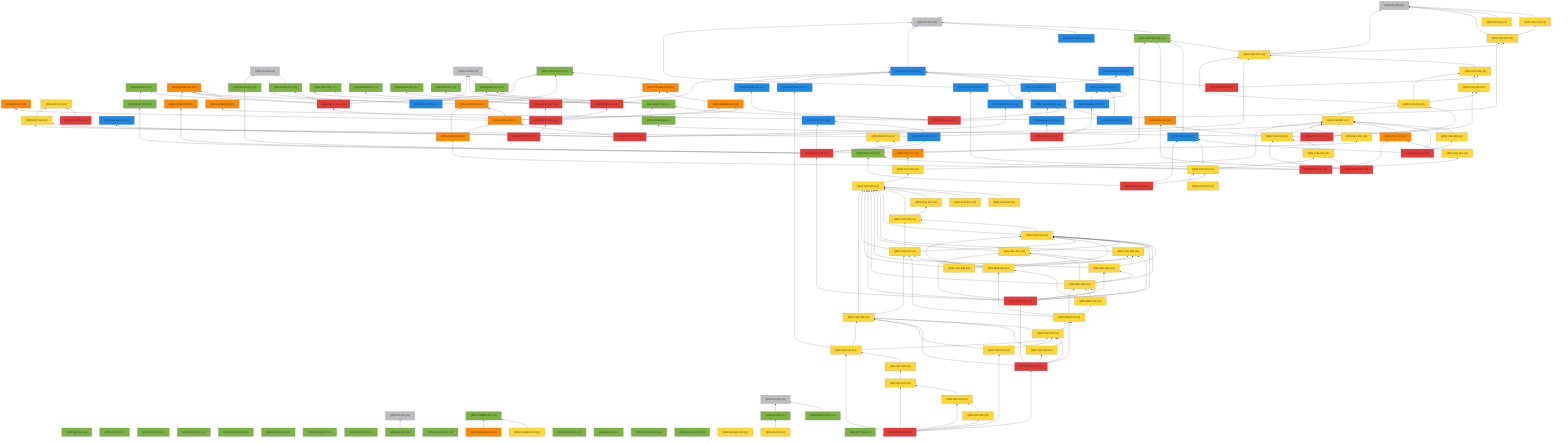
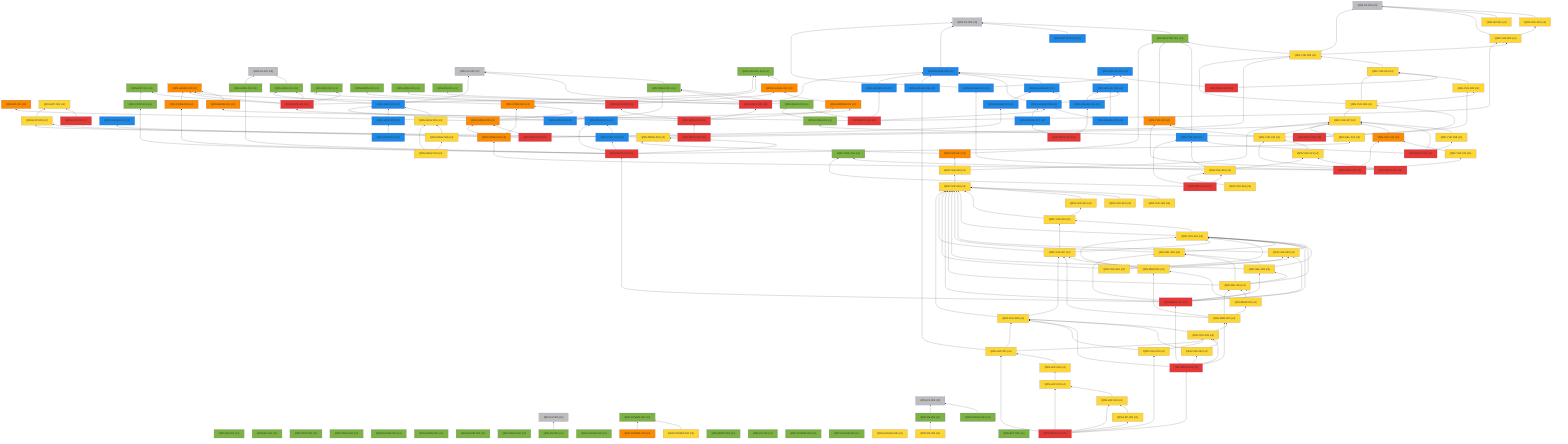
%% 自動生成 (dag/report.pl) — QRN 主張依存グラフ
graph BT
  QRN_C0_001["QRN-C0-001 (c0)"]:::c0
  QRN_C0_002["QRN-C0-002 (c0)"]:::c0
  QRN_C0_003["QRN-C0-003 (c0)"]:::c0
  QRN_C0_004["QRN-C0-004 (c0)"]:::c0
  QRN_C0_005["QRN-C0-005 (c0)"]:::c0
  QRN_C0_006["QRN-C0-006 (c0)"]:::c0
  QRN_QM_001["QRN-QM-001 (c1)"]:::c1
  QRN_GR_001["QRN-GR-001 (c1)"]:::c1
  QRN_STAT_001["QRN-STAT-001 (c1)"]:::c1
  QRN_FIELD_001["QRN-FIELD-001 (c1)"]:::c1
  QRN_GAUGE_001["QRN-GAUGE-001 (c1)"]:::c1
  QRN_ENT_001["QRN-ENT-001 (c1)"]:::c1
  QRN_GEOM_001["QRN-GEOM-001 (c1)"]:::c1
  QRN_GEOM_002["QRN-GEOM-002 (c1)"]:::c1
  QRN_GEOM_003["QRN-GEOM-003 (c3)"]:::c3
  QRN_GRAV_001["QRN-GRAV-001 (c1)"]:::c1
  QRN_GRAV_002["QRN-GRAV-002 (c1)"]:::c1
  QRN_BH_001["QRN-BH-001 (c1)"]:::c1
  QRN_CAUSAL_001["QRN-CAUSAL-001 (c1)"]:::c1
  QRN_CAUSAL_002["QRN-CAUSAL-002 (c3)"]:::c3
  QRN_ER_001["QRN-ER-001 (c3)"]:::c3
  QRN_QEC_001["QRN-QEC-001 (c1)"]:::c1
  QRN_GAUGE_002["QRN-GAUGE-002 (c1)"]:::c1
  QRN_COSMO_001["QRN-COSMO-001 (c1)"]:::c1
  QRN_COSMO_002["QRN-COSMO-002 (c4)"]:::c4
  QRN_COSMO_003["QRN-COSMO-003 (c3)"]:::c3
  QRN_BORN_001["QRN-BORN-001 (c1)"]:::c1
  QRN_BORN_002["QRN-BORN-002 (c1)"]:::c1
  QRN_GRAV_003["QRN-GRAV-003 (c1)"]:::c1
  QRN_KK_001["QRN-KK-001 (c1)"]:::c1
  QRN_MATTER_001["QRN-MATTER-001 (c1)"]:::c1
  QRN_MATTER_002["QRN-MATTER-002 (c2)"]:::c2
  QRN_COSMO_004["QRN-COSMO-004 (c1)"]:::c1
  QRN_EXP_001["QRN-EXP-001 (c4)"]:::c4
  QRN_GAUGE_003["QRN-GAUGE-003 (c2)"]:::c2
  QRN_GAUGE_004["QRN-GAUGE-004 (c1)"]:::c1
  QRN_GAUGE_005["QRN-GAUGE-005 (c4)"]:::c4
  QRN_YUK_001["QRN-YUK-001 (c4)"]:::c4
  QRN_RG_001["QRN-RG-001 (c1)"]:::c1
  QRN_UNRUH_001["QRN-UNRUH-001 (c1)"]:::c1
  QRN_QNEC_001["QRN-QNEC-001 (c1)"]:::c1
  QRN_NU_001["QRN-NU-001 (c4)"]:::c4
  QRN_GAUGE_006["QRN-GAUGE-006 (c2)"]:::c2
  QRN_DS_001["QRN-DS-001 (c1)"]:::c1
  QRN_DS_002["QRN-DS-002 (c4)"]:::c4
  QRN_ARROW_001["QRN-ARROW-001 (c3)"]:::c3
  QRN_GAUGE_007["QRN-GAUGE-007 (c2)"]:::c2
  QRN_EFT_001["QRN-EFT-001 (c1)"]:::c1
  QRN_GAUGE_008["QRN-GAUGE-008 (c2)"]:::c2
  QRN_GAUGE_009["QRN-GAUGE-009 (c2)"]:::c2
  QRN_GAUGE_010["QRN-GAUGE-010 (c2)"]:::c2
  QRN_QNEC_002["QRN-QNEC-002 (c1)"]:::c1
  QRN_GEOM_004["QRN-GEOM-004 (c3)"]:::c3
  QRN_YUK_002["QRN-YUK-002 (c4)"]:::c4
  QRN_EXP_002["QRN-EXP-002 (c5)"]:::c5
  QRN_CORE_001["QRN-CORE-001 (c3)"]:::c3
  QRN_GAUGE_011["QRN-GAUGE-011 (c2)"]:::c2
  QRN_GAUGE_012["QRN-GAUGE-012 (c2)"]:::c2
  QRN_YUK_003["QRN-YUK-003 (c4)"]:::c4
  QRN_EXP_003["QRN-EXP-003 (c4)"]:::c4
  QRN_CORE_002["QRN-CORE-002 (c3)"]:::c3
  QRN_GAUGE_013["QRN-GAUGE-013 (c2)"]:::c2
  QRN_YUK_004["QRN-YUK-004 (c4)"]:::c4
  QRN_GAUGE_014["QRN-GAUGE-014 (c2)"]:::c2
  QRN_META_001["QRN-META-001 (c5)"]:::c5
  QRN_META_002["QRN-META-002 (c5)"]:::c5
  QRN_META_003["QRN-META-003 (c5)"]:::c5
  QRN_META_004["QRN-META-004 (c5)"]:::c5
  QRN_META_005["QRN-META-005 (c5)"]:::c5
  QRN_META_006["QRN-META-006 (c5)"]:::c5
  QRN_META_007["QRN-META-007 (c5)"]:::c5
  QRN_META_008["QRN-META-008 (c5)"]:::c5
  QRN_YUK_005["QRN-YUK-005 (c4)"]:::c4
  QRN_YUK_006["QRN-YUK-006 (c4)"]:::c4
  QRN_CORE_003["QRN-CORE-003 (c1)"]:::c1
  QRN_META_009["QRN-META-009 (c5)"]:::c5
  QRN_YUK_007["QRN-YUK-007 (c4)"]:::c4
  QRN_YUK_008["QRN-YUK-008 (c4)"]:::c4
  QRN_YUK_009["QRN-YUK-009 (c2)"]:::c2
  QRN_META_010["QRN-META-010 (c5)"]:::c5
  QRN_GAUGE_015["QRN-GAUGE-015 (c2)"]:::c2
  QRN_YUK_010["QRN-YUK-010 (c3)"]:::c3
  QRN_YUK_011["QRN-YUK-011 (c4)"]:::c4
  QRN_CORE_004["QRN-CORE-004 (c3)"]:::c3
  QRN_META_011["QRN-META-011 (c5)"]:::c5
  QRN_YUK_012["QRN-YUK-012 (c3)"]:::c3
  QRN_YUK_013["QRN-YUK-013 (c4)"]:::c4
  QRN_YUK_014["QRN-YUK-014 (c4)"]:::c4
  QRN_META_012["QRN-META-012 (c5)"]:::c5
  QRN_TOOL_001["QRN-TOOL-001 (c1)"]:::c1
  QRN_YUK_015["QRN-YUK-015 (c4)"]:::c4
  QRN_META_013["QRN-META-013 (c5)"]:::c5
  QRN_GAUGE_016["QRN-GAUGE-016 (c2)"]:::c2
  QRN_GAUGE_017["QRN-GAUGE-017 (c2)"]:::c2
  QRN_META_014["QRN-META-014 (c5)"]:::c5
  QRN_META_015["QRN-META-015 (c2)"]:::c2
  QRN_TOOL_002["QRN-TOOL-002 (c2)"]:::c2
  QRN_CORE_005["QRN-CORE-005 (c3)"]:::c3
  QRN_CONT_001["QRN-CONT-001 (c1)"]:::c1
  QRN_SEL_001["QRN-SEL-001 (c4)"]:::c4
  QRN_GRAV_004["QRN-GRAV-004 (c1)"]:::c1
  QRN_PRED_001["QRN-PRED-001 (c4)"]:::c4
  QRN_META_016["QRN-META-016 (c5)"]:::c5
  QRN_YUK_016["QRN-YUK-016 (c4)"]:::c4
  QRN_YUK_017["QRN-YUK-017 (c3)"]:::c3
  QRN_YUK_018["QRN-YUK-018 (c4)"]:::c4
  QRN_YUK_019["QRN-YUK-019 (c4)"]:::c4
  QRN_YUK_020["QRN-YUK-020 (c4)"]:::c4
  QRN_YUK_021["QRN-YUK-021 (c4)"]:::c4
  QRN_YUK_022["QRN-YUK-022 (c4)"]:::c4
  QRN_YUK_023["QRN-YUK-023 (c4)"]:::c4
  QRN_YUK_024["QRN-YUK-024 (c4)"]:::c4
  QRN_YUK_025["QRN-YUK-025 (c4)"]:::c4
  QRN_SEL_002["QRN-SEL-002 (c4)"]:::c4
  QRN_SEL_003["QRN-SEL-003 (c4)"]:::c4
  QRN_SEL_004["QRN-SEL-004 (c4)"]:::c4
  QRN_META_017["QRN-META-017 (c5)"]:::c5
  QRN_YUK_026["QRN-YUK-026 (c4)"]:::c4
  QRN_YUK_027["QRN-YUK-027 (c4)"]:::c4
  QRN_MSR_001["QRN-MSR-001 (c4)"]:::c4
  QRN_MSR_002["QRN-MSR-002 (c4)"]:::c4
  QRN_MSR_003["QRN-MSR-003 (c4)"]:::c4
  QRN_YUK_028["QRN-YUK-028 (c4)"]:::c4
  QRN_YUK_029["QRN-YUK-029 (c4)"]:::c4
  QRN_YUK_030["QRN-YUK-030 (c4)"]:::c4
  QRN_META_018["QRN-META-018 (c5)"]:::c5
  QRN_YUK_031["QRN-YUK-031 (c4)"]:::c4
  QRN_LEP_001["QRN-LEP-001 (c4)"]:::c4
  QRN_LEP_002["QRN-LEP-002 (c4)"]:::c4
  QRN_LEP_003["QRN-LEP-003 (c4)"]:::c4
  QRN_LEP_004["QRN-LEP-004 (c4)"]:::c4
  QRN_LEP_005["QRN-LEP-005 (c4)"]:::c4
  QRN_META_019["QRN-META-019 (c5)"]:::c5
  QRN_GRAV_005["QRN-GRAV-005 (c2)"]:::c2
+   QRN_GRAV_006["QRN-GRAV-006 (c4)"]:::c4
+   QRN_GRAV_007["QRN-GRAV-007 (c2)"]:::c2
+   QRN_GRAV_008["QRN-GRAV-008 (c4)"]:::c4
+   QRN_GRAV_009["QRN-GRAV-009 (c2)"]:::c2
+   QRN_GRAV_010["QRN-GRAV-010 (c4)"]:::c4
+   QRN_GRAV_011["QRN-GRAV-011 (c2)"]:::c2
  QRN_GRAV_001 --> QRN_C0_001
  QRN_BH_001 --> QRN_C0_003
  QRN_CAUSAL_002 --> QRN_CAUSAL_001
  QRN_COSMO_002 --> QRN_COSMO_001
  QRN_COSMO_003 --> QRN_COSMO_001
  QRN_MATTER_001 --> QRN_C0_005
  QRN_MATTER_002 --> QRN_C0_005
  QRN_GAUGE_003 --> QRN_C0_005
  QRN_YUK_001 --> QRN_C0_006
  QRN_UNRUH_001 --> QRN_C0_004
  QRN_QNEC_001 --> QRN_C0_002
  QRN_NU_001 --> QRN_C0_006
  QRN_GAUGE_006 --> QRN_GAUGE_003
  QRN_DS_001 --> QRN_C0_004
  QRN_DS_002 --> QRN_DS_001
  QRN_ARROW_001 --> QRN_CAUSAL_002
  QRN_GAUGE_007 --> QRN_GAUGE_003
  QRN_GAUGE_008 --> QRN_GAUGE_003
  QRN_GAUGE_008 --> QRN_GAUGE_006
  QRN_GAUGE_008 --> QRN_GAUGE_007
  QRN_GAUGE_009 --> QRN_GAUGE_003
  QRN_GAUGE_010 --> QRN_GAUGE_006
  QRN_GAUGE_010 --> QRN_GAUGE_008
  QRN_QNEC_002 --> QRN_C0_002
  QRN_QNEC_002 --> QRN_QNEC_001
  QRN_GEOM_004 --> QRN_GEOM_003
  QRN_YUK_002 --> QRN_C0_006
  QRN_YUK_002 --> QRN_YUK_001
  QRN_EXP_002 --> QRN_EXP_001
  QRN_CORE_001 --> QRN_GEOM_003
  QRN_CORE_001 --> QRN_CAUSAL_001
  QRN_GAUGE_011 --> QRN_GAUGE_003
  QRN_YUK_003 --> QRN_C0_006
  QRN_YUK_003 --> QRN_MATTER_001
  QRN_YUK_003 --> QRN_YUK_002
  QRN_EXP_003 --> QRN_EXP_001
  QRN_CORE_002 --> QRN_CORE_001
  QRN_CORE_002 --> QRN_ER_001
  QRN_CORE_002 --> QRN_ARROW_001
  QRN_GAUGE_013 --> QRN_GAUGE_007
  QRN_YUK_004 --> QRN_YUK_003
  QRN_META_001 --> QRN_GEOM_003
  QRN_META_001 --> QRN_GRAV_001
  QRN_META_001 --> QRN_CAUSAL_001
  QRN_META_001 --> QRN_QEC_001
  QRN_META_001 --> QRN_ENT_001
  QRN_META_002 --> QRN_QEC_001
  QRN_META_002 --> QRN_BORN_001
  QRN_META_002 --> QRN_CAUSAL_002
  QRN_META_003 --> QRN_GAUGE_003
  QRN_META_003 --> QRN_RG_001
  QRN_META_003 --> QRN_QNEC_001
  QRN_META_003 --> QRN_GRAV_003
  QRN_META_004 --> QRN_META_001
  QRN_META_004 --> QRN_META_002
  QRN_META_004 --> QRN_META_003
  QRN_META_004 --> QRN_ARROW_001
  QRN_META_005 --> QRN_META_004
  QRN_META_006 --> QRN_GAUGE_008
  QRN_META_006 --> QRN_QNEC_002
  QRN_META_006 --> QRN_GEOM_004
  QRN_META_006 --> QRN_YUK_002
  QRN_META_006 --> QRN_GAUGE_011
  QRN_META_007 --> QRN_GAUGE_012
  QRN_META_007 --> QRN_YUK_003
  QRN_META_007 --> QRN_EXP_003
  QRN_META_007 --> QRN_CORE_002
  QRN_META_007 --> QRN_GAUGE_013
  QRN_META_008 --> QRN_YUK_004
  QRN_META_008 --> QRN_GAUGE_014
  QRN_YUK_005 --> QRN_YUK_004
  QRN_YUK_006 --> QRN_YUK_003
  QRN_YUK_006 --> QRN_YUK_004
  QRN_YUK_006 --> QRN_YUK_005
  QRN_CORE_003 --> QRN_QNEC_002
  QRN_META_009 --> QRN_YUK_005
  QRN_META_009 --> QRN_YUK_006
  QRN_META_009 --> QRN_CORE_003
  QRN_YUK_007 --> QRN_YUK_006
  QRN_YUK_008 --> QRN_YUK_007
  QRN_YUK_009 --> QRN_MATTER_001
  QRN_META_010 --> QRN_YUK_007
  QRN_META_010 --> QRN_YUK_008
  QRN_META_010 --> QRN_YUK_009
  QRN_GAUGE_015 --> QRN_C0_005
  QRN_GAUGE_015 --> QRN_GAUGE_014
  QRN_YUK_010 --> QRN_YUK_007
  QRN_YUK_011 --> QRN_YUK_010
  QRN_CORE_004 --> QRN_CORE_001
  QRN_CORE_004 --> QRN_CORE_002
  QRN_META_011 --> QRN_GAUGE_015
  QRN_META_011 --> QRN_YUK_010
  QRN_META_011 --> QRN_YUK_011
  QRN_META_011 --> QRN_CORE_004
  QRN_YUK_012 --> QRN_MATTER_001
  QRN_YUK_013 --> QRN_YUK_012
  QRN_YUK_013 --> QRN_YUK_007
  QRN_YUK_014 --> QRN_YUK_013
  QRN_META_012 --> QRN_YUK_012
  QRN_META_012 --> QRN_YUK_013
  QRN_META_012 --> QRN_YUK_014
  QRN_YUK_015 --> QRN_YUK_014
  QRN_YUK_015 --> QRN_TOOL_001
  QRN_YUK_015 --> QRN_YUK_009
  QRN_META_013 --> QRN_YUK_015
  QRN_META_013 --> QRN_TOOL_001
  QRN_META_013 --> QRN_YUK_009
  QRN_GAUGE_016 --> QRN_GAUGE_006
  QRN_GAUGE_017 --> QRN_GAUGE_008
  QRN_META_014 --> QRN_GAUGE_016
  QRN_META_014 --> QRN_GAUGE_017
  QRN_TOOL_002 --> QRN_META_015
  QRN_CORE_005 --> QRN_GEOM_003
  QRN_CONT_001 --> QRN_ENT_001
  QRN_SEL_001 --> QRN_YUK_007
  QRN_GRAV_004 --> QRN_C0_001
  QRN_PRED_001 --> QRN_YUK_007
  QRN_PRED_001 --> QRN_EXP_003
  QRN_META_016 --> QRN_META_015
  QRN_META_016 --> QRN_TOOL_002
  QRN_META_016 --> QRN_CORE_005
  QRN_META_016 --> QRN_CONT_001
  QRN_META_016 --> QRN_SEL_001
  QRN_META_016 --> QRN_GRAV_004
  QRN_META_016 --> QRN_PRED_001
  QRN_YUK_016 --> QRN_YUK_015
  QRN_YUK_017 --> QRN_MATTER_001
  QRN_YUK_017 --> QRN_PRED_001
  QRN_YUK_018 --> QRN_YUK_017
  QRN_YUK_018 --> QRN_YUK_007
  QRN_YUK_019 --> QRN_YUK_018
  QRN_YUK_020 --> QRN_YUK_019
  QRN_YUK_021 --> QRN_YUK_019
  QRN_YUK_022 --> QRN_YUK_019
  QRN_YUK_023 --> QRN_YUK_019
  QRN_YUK_023 --> QRN_YUK_022
  QRN_YUK_024 --> QRN_YUK_019
  QRN_YUK_024 --> QRN_YUK_023
  QRN_YUK_025 --> QRN_YUK_019
  QRN_YUK_025 --> QRN_YUK_024
  QRN_SEL_002 --> QRN_YUK_019
  QRN_SEL_002 --> QRN_YUK_024
  QRN_SEL_003 --> QRN_YUK_019
  QRN_SEL_003 --> QRN_YUK_024
  QRN_SEL_003 --> QRN_SEL_002
  QRN_SEL_004 --> QRN_YUK_019
  QRN_SEL_004 --> QRN_YUK_024
  QRN_SEL_004 --> QRN_SEL_002
  QRN_SEL_004 --> QRN_SEL_003
  QRN_META_017 --> QRN_META_016
  QRN_META_017 --> QRN_YUK_019
  QRN_META_017 --> QRN_YUK_024
  QRN_META_017 --> QRN_YUK_025
  QRN_META_017 --> QRN_SEL_002
  QRN_META_017 --> QRN_SEL_003
  QRN_META_017 --> QRN_SEL_004
  QRN_YUK_026 --> QRN_YUK_019
  QRN_YUK_026 --> QRN_YUK_024
  QRN_YUK_026 --> QRN_YUK_025
  QRN_YUK_027 --> QRN_YUK_019
  QRN_YUK_027 --> QRN_YUK_023
  QRN_YUK_027 --> QRN_YUK_024
  QRN_MSR_001 --> QRN_YUK_024
  QRN_MSR_001 --> QRN_YUK_025
  QRN_MSR_001 --> QRN_YUK_027
  QRN_MSR_002 --> QRN_SEL_004
  QRN_MSR_002 --> QRN_MSR_001
  QRN_MSR_003 --> QRN_MSR_001
  QRN_MSR_003 --> QRN_MSR_002
  QRN_MSR_003 --> QRN_SEL_004
  QRN_MSR_003 --> QRN_YUK_027
  QRN_YUK_028 --> QRN_YUK_019
  QRN_YUK_028 --> QRN_YUK_027
  QRN_YUK_029 --> QRN_YUK_028
  QRN_YUK_029 --> QRN_MSR_003
  QRN_YUK_030 --> QRN_YUK_028
  QRN_YUK_030 --> QRN_YUK_029
  QRN_META_018 --> QRN_META_017
  QRN_META_018 --> QRN_MSR_003
  QRN_META_018 --> QRN_YUK_028
  QRN_META_018 --> QRN_YUK_029
  QRN_META_018 --> QRN_YUK_030
  QRN_YUK_031 --> QRN_YUK_028
  QRN_YUK_031 --> QRN_YUK_029
  QRN_LEP_001 --> QRN_YUK_028
  QRN_LEP_001 --> QRN_YUK_029
  QRN_LEP_001 --> QRN_GAUGE_009
  QRN_LEP_002 --> QRN_LEP_001
  QRN_LEP_003 --> QRN_LEP_002
  QRN_LEP_004 --> QRN_LEP_003
  QRN_LEP_005 --> QRN_LEP_004
  QRN_META_019 --> QRN_META_018
  QRN_META_019 --> QRN_YUK_031
  QRN_META_019 --> QRN_LEP_001
  QRN_META_019 --> QRN_LEP_003
  QRN_META_019 --> QRN_LEP_004
  QRN_META_019 --> QRN_LEP_005
  QRN_GRAV_005 --> QRN_C0_002
  QRN_GRAV_005 --> QRN_GRAV_001
+   QRN_GRAV_006 --> QRN_GRAV_005
+   QRN_GRAV_007 --> QRN_GRAV_005
+   QRN_GRAV_008 --> QRN_GRAV_006
+   QRN_GRAV_009 --> QRN_GRAV_005
+   QRN_GRAV_009 --> QRN_QNEC_001
+   QRN_GRAV_010 --> QRN_GRAV_006
+   QRN_GRAV_010 --> QRN_GRAV_008
+   QRN_GRAV_011 --> QRN_GRAV_007
  classDef c0 fill:#bdbdbd
  classDef c1 fill:#7cb342
  classDef c2 fill:#1e88e5
  classDef c3 fill:#fb8c00
  classDef c4 fill:#fdd835
  classDef c5 fill:#e53935
